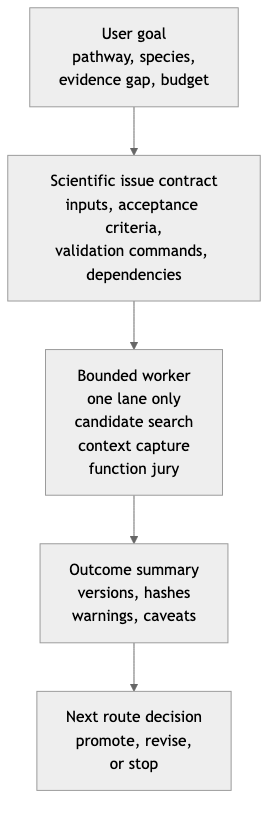
BioSymphony/genecluster keeps this Mermaid diagram as docs/diagrams/genecluster-issue-contract.png. Above is the earlier version. Its source is kept beside it as docs/diagrams/genecluster-issue-contract.mmd. Source of this version:
```mermaid
flowchart TB
  G["User goal<br/>pathway, species,<br/>evidence gap, budget"]
  C["Scientific issue contract<br/>inputs, acceptance criteria,<br/>validation commands, dependencies"]
  W["Bounded worker<br/>one lane only<br/>candidate search<br/>context capture<br/>function jury"]
  O["Outcome summary<br/>versions, hashes<br/>warnings, caveats"]
  N["Next route decision<br/>promote, revise,<br/>or stop"]

  G --> C
  C --> W
  W --> O
  O --> N
```
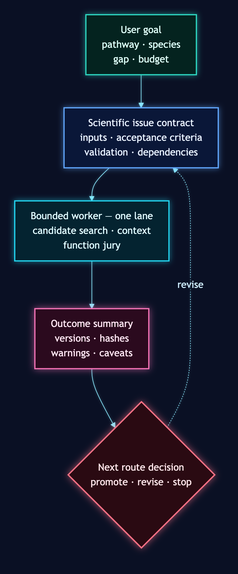
After the commit.

Diff of the diagram source:
```diff
@@ -1,11 +1,14 @@
+%%{init: {"theme":"base","themeVariables":{"lineColor":"#8be9fd","fontSize":"16px","edgeLabelBackground":"#0a1024"},"flowchart":{"htmlLabels":true,"useMaxWidth":true,"diagramPadding":24,"padding":13,"nodeSpacing":50,"rankSpacing":54}}}%%
 flowchart TB
-  G["User goal<br/>pathway, species,<br/>evidence gap, budget"]
-  C["Scientific issue contract<br/>inputs, acceptance criteria,<br/>validation commands, dependencies"]
-  W["Bounded worker<br/>one lane only<br/>candidate search<br/>context capture<br/>function jury"]
-  O["Outcome summary<br/>versions, hashes<br/>warnings, caveats"]
-  N["Next route decision<br/>promote, revise,<br/>or stop"]
-
-  G --> C
-  C --> W
-  W --> O
-  O --> N
+  G["User goal<br/>pathway · species<br/>gap · budget"]:::source
+  C["Scientific issue contract<br/>inputs · acceptance criteria<br/>validation · dependencies"]:::context
+  W["Bounded worker — one lane<br/>candidate search · context<br/>function jury"]:::search
+  O["Outcome summary<br/>versions · hashes<br/>warnings · caveats"]:::output
+  N{"Next route decision<br/>promote · revise · stop"}:::gate
+  G --> C --> W --> O --> N
+  N -.->|revise| C
+  classDef source fill:#04231f,stroke:#2dd4bf,color:#defff8,stroke-width:2px;
+  classDef context fill:#0a1738,stroke:#60a5fa,color:#e7f0ff,stroke-width:2px;
+  classDef search fill:#042330,stroke:#22d3ee,color:#dffaff,stroke-width:2px;
+  classDef output fill:#2b0a1e,stroke:#f472b6,color:#ffe6f3,stroke-width:2px;
+  classDef gate fill:#2a0a12,stroke:#fb7185,color:#ffe6ea,stroke-width:2.2px;
```
